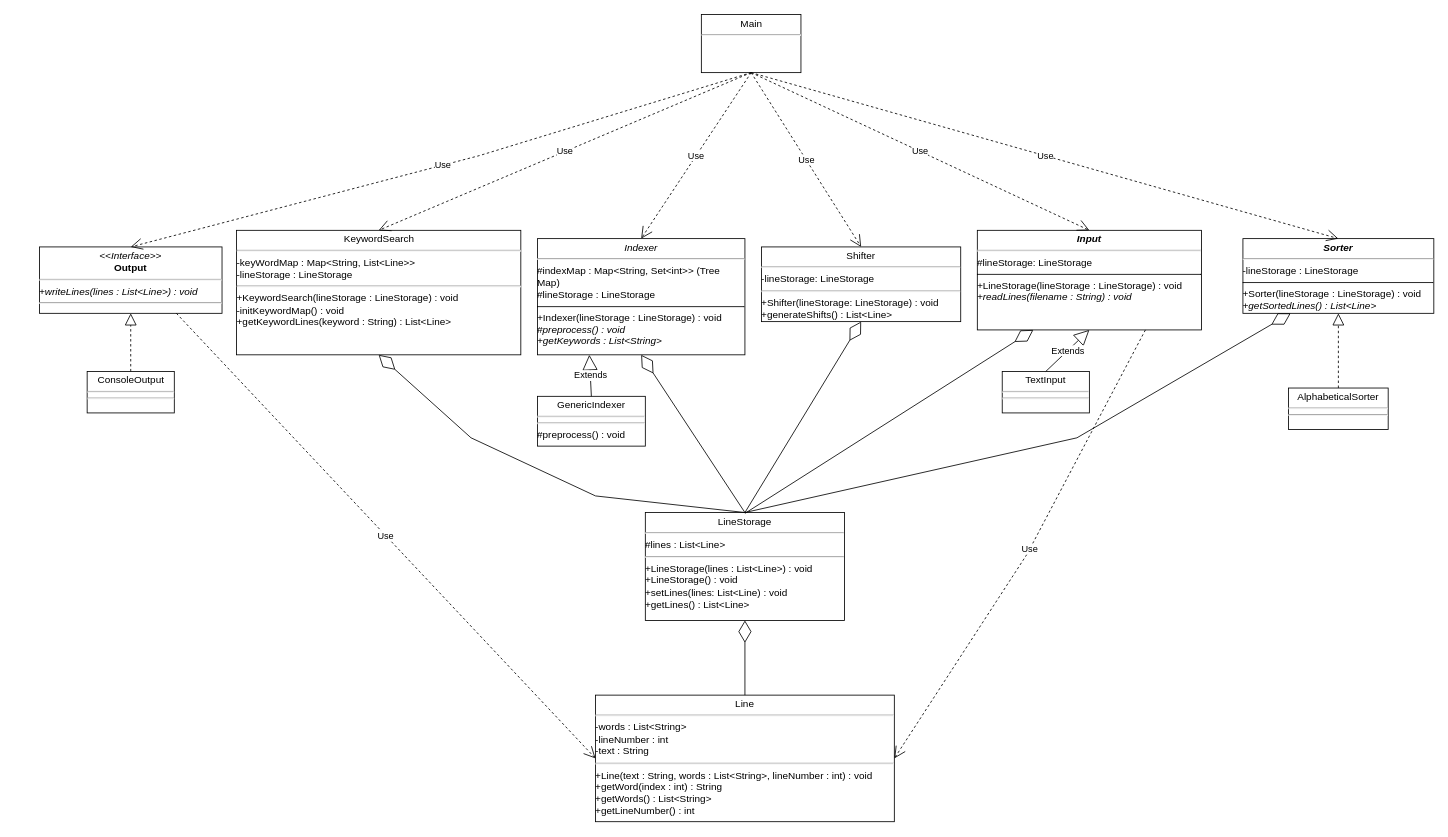
Earlier version of the draw.io diagram Homework/Homework 1/SE 311 Homework 1 UML.drawio (dragon5201111/Drexel-University-SE-311-Software-Architecture-II). Source tidied: cells renumbered, new cells numbered last; positions are measured from the earlier drawing's top-left corner, leaving out a move shared by most shapes. Both pictures are drawn from the tidied source at 83%, with x=0, y=0 at pixel (39, 14).
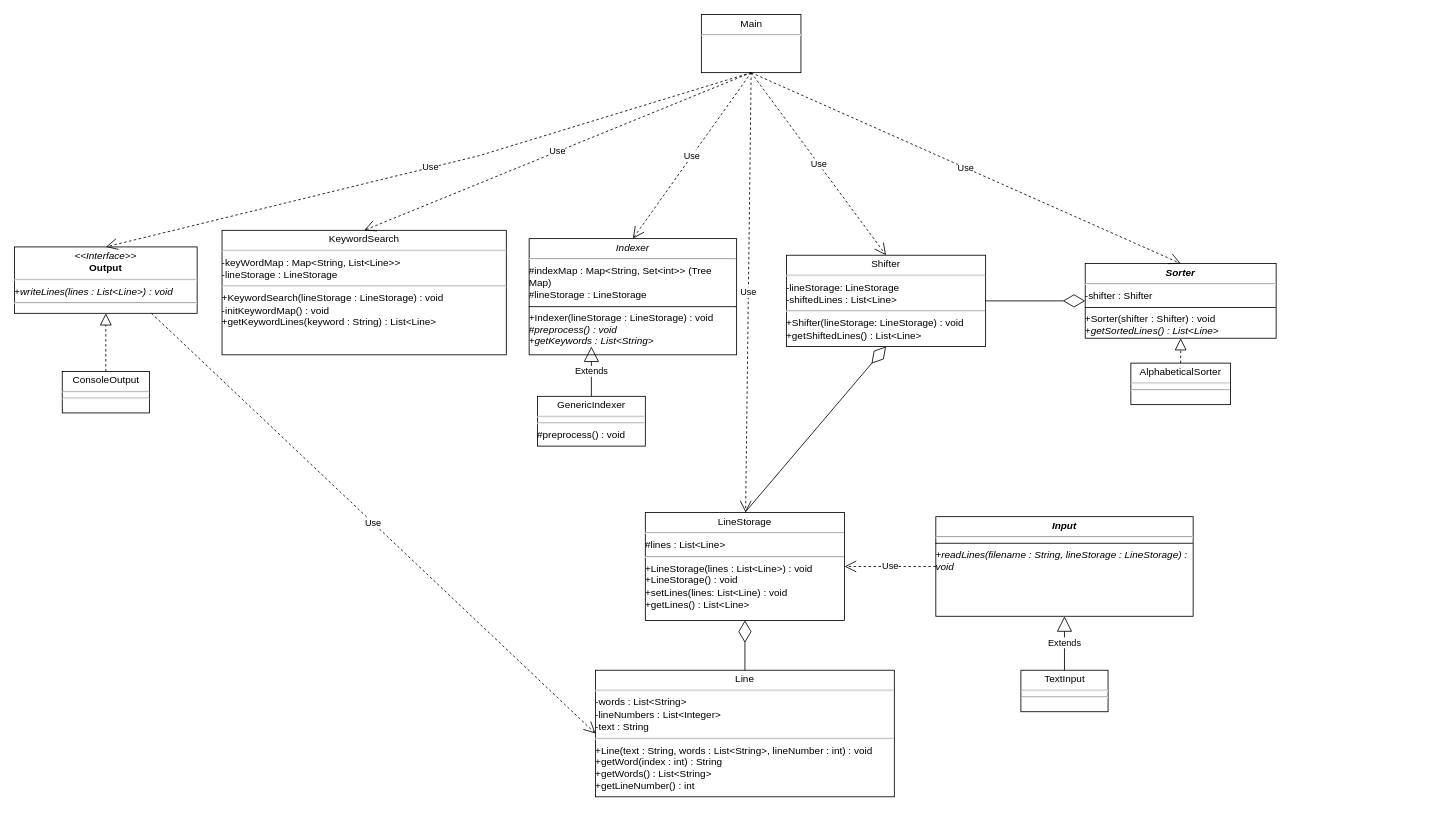
After the change.

Unchanged cells that the change refers to:
```xml
<mxCell id="11" value="&lt;p style=&quot;margin:0px;margin-top:4px;text-align:center;&quot;&gt;LineStorage&lt;/p&gt;&lt;hr&gt;#lines : List&amp;lt;Line&amp;gt;&lt;br&gt;&lt;hr&gt;+LineStorage(lines : List&amp;lt;Line&amp;gt;) : void&lt;div&gt;+LineStorage() : void&lt;br&gt;&lt;div&gt;+setLines(lines: List&amp;lt;Line) : void&lt;br&gt;&lt;div&gt;+getLines() : List&amp;lt;Line&amp;gt;&lt;/div&gt;&lt;/div&gt;&lt;/div&gt;" style="verticalAlign=top;align=left;overflow=fill;html=1;whiteSpace=wrap;" parent="1" vertex="1">
  <mxGeometry x="730" y="600" width="240" height="130" as="geometry" />
</mxCell>
<mxCell id="13" value="&lt;p style=&quot;margin:0px;margin-top:4px;text-align:center;&quot;&gt;Main&lt;/p&gt;&lt;hr&gt;" style="verticalAlign=top;align=left;overflow=fill;html=1;whiteSpace=wrap;" parent="1" vertex="1">
  <mxGeometry x="797.5" width="120" height="70" as="geometry" />
</mxCell>
<mxCell id="15" value="&lt;p style=&quot;margin:0px;margin-top:4px;text-align:center;&quot;&gt;GenericIndexer&lt;/p&gt;&lt;hr&gt;&lt;hr&gt;#preprocess() : void&lt;div&gt;&lt;br&gt;&lt;/div&gt;" style="verticalAlign=top;align=left;overflow=fill;html=1;whiteSpace=wrap;" parent="1" vertex="1">
  <mxGeometry x="600" y="460" width="130" height="60" as="geometry" />
</mxCell>
```

Change to the diagram source:
```diff
@@
-    <mxCell id="2" value="&lt;p style=&quot;margin:0px;margin-top:4px;text-align:center;&quot;&gt;&lt;b&gt;&lt;i&gt;Input&lt;/i&gt;&lt;/b&gt;&lt;/p&gt;&lt;hr&gt;#lineStorage: LineStorage&lt;br&gt;&lt;hr size=&quot;1&quot; style=&quot;border-style:solid;&quot;&gt;&lt;i&gt;+&lt;/i&gt;LineStorage(lineStorage : LineStorage) : void&lt;br&gt;&lt;div&gt;&lt;i&gt;+readLines(filename : String) : void&lt;/i&gt;&lt;div&gt;&lt;br&gt;&lt;/div&gt;&lt;/div&gt;" style="verticalAlign=top;align=left;overflow=fill;html=1;whiteSpace=wrap;" parent="1" vertex="1">
-      <mxGeometry x="1130" y="260" width="270" height="120" as="geometry" />
+    <mxCell id="2" value="&lt;p style=&quot;margin:0px;margin-top:4px;text-align:center;&quot;&gt;&lt;b&gt;&lt;i&gt;Input&lt;/i&gt;&lt;/b&gt;&lt;/p&gt;&lt;hr&gt;&lt;hr size=&quot;1&quot; style=&quot;border-style:solid;&quot;&gt;&lt;div&gt;&lt;i&gt;+readLines(filename : String, lineStorage : LineStorage) : void&lt;/i&gt;&lt;div&gt;&lt;br&gt;&lt;/div&gt;&lt;/div&gt;" style="verticalAlign=top;align=left;overflow=fill;html=1;whiteSpace=wrap;" parent="1" vertex="1">
+      <mxGeometry x="1080" y="605" width="310" height="120" as="geometry" />
     </mxCell>
     <mxCell id="3" value="&lt;p style=&quot;margin:0px;margin-top:4px;text-align:center;&quot;&gt;&lt;i&gt;&amp;lt;&amp;lt;Interface&amp;gt;&amp;gt;&lt;/i&gt;&lt;br&gt;&lt;b&gt;Output&lt;/b&gt;&lt;/p&gt;&lt;hr&gt;&lt;i&gt;+writeLines(lines : List&amp;lt;Line&amp;gt;) : void&lt;br&gt;&lt;/i&gt;&lt;hr&gt;&lt;div&gt;&lt;br&gt;&lt;/div&gt;" style="verticalAlign=top;align=left;overflow=fill;html=1;whiteSpace=wrap;" parent="1" vertex="1">
-      <mxGeometry y="280" width="220" height="80" as="geometry" />
+      <mxGeometry x="-30" y="280" width="220" height="80" as="geometry" />
     </mxCell>
     <mxCell id="4" value="&lt;p style=&quot;margin:0px;margin-top:4px;text-align:center;&quot;&gt;TextInput&lt;/p&gt;&lt;hr&gt;&lt;hr&gt;" style="verticalAlign=top;align=left;overflow=fill;html=1;whiteSpace=wrap;" parent="1" vertex="1">
-      <mxGeometry x="1160" y="430" width="105" height="50" as="geometry" />
+      <mxGeometry x="1182.5" y="790" width="105" height="50" as="geometry" />
     </mxCell>
     <mxCell id="5" value="&lt;p style=&quot;margin:0px;margin-top:4px;text-align:center;&quot;&gt;ConsoleOutput&lt;/p&gt;&lt;hr&gt;&lt;hr&gt;" style="verticalAlign=top;align=left;overflow=fill;html=1;whiteSpace=wrap;" parent="1" vertex="1">
-      <mxGeometry x="57.5" y="430" width="105" height="50" as="geometry" />
+      <mxGeometry x="27.5" y="430" width="105" height="50" as="geometry" />
     </mxCell>
-    <mxCell id="6" value="&lt;p style=&quot;margin:0px;margin-top:4px;text-align:center;&quot;&gt;&lt;b&gt;&lt;i&gt;Sorter&lt;/i&gt;&lt;/b&gt;&lt;/p&gt;&lt;hr&gt;-lineStorage : LineStorage&lt;br&gt;&lt;hr size=&quot;1&quot; style=&quot;border-style:solid;&quot;&gt;+Sorter(lineStorage : LineStorage) : void&lt;div&gt;&lt;i&gt;+getSortedLines() : List&amp;lt;Line&amp;gt;&lt;/i&gt;&lt;/div&gt;" style="verticalAlign=top;align=left;overflow=fill;html=1;whiteSpace=wrap;" parent="1" vertex="1">
-      <mxGeometry x="1450" y="270" width="230" height="90" as="geometry" />
+    <mxCell id="6" value="&lt;p style=&quot;margin:0px;margin-top:4px;text-align:center;&quot;&gt;&lt;b&gt;&lt;i&gt;Sorter&lt;/i&gt;&lt;/b&gt;&lt;/p&gt;&lt;hr&gt;-shifter : Shifter&lt;br&gt;&lt;hr size=&quot;1&quot; style=&quot;border-style:solid;&quot;&gt;+Sorter(shifter : Shifter) : void&lt;div&gt;&lt;i&gt;+getSortedLines() : List&amp;lt;Line&amp;gt;&lt;/i&gt;&lt;/div&gt;" style="verticalAlign=top;align=left;overflow=fill;html=1;whiteSpace=wrap;" parent="1" vertex="1">
+      <mxGeometry x="1260" y="300" width="230" height="90" as="geometry" />
     </mxCell>
     <mxCell id="7" value="&lt;p style=&quot;margin:0px;margin-top:4px;text-align:center;&quot;&gt;AlphabeticalSorter&lt;/p&gt;&lt;hr&gt;&lt;hr&gt;" style="verticalAlign=top;align=left;overflow=fill;html=1;whiteSpace=wrap;" parent="1" vertex="1">
-      <mxGeometry x="1505" y="450" width="120" height="50" as="geometry" />
+      <mxGeometry x="1315" y="420" width="120" height="50" as="geometry" />
     </mxCell>
@@
-    <mxCell id="9" value="&lt;p style=&quot;margin:0px;margin-top:4px;text-align:center;&quot;&gt;Shifter&lt;/p&gt;&lt;hr&gt;-lineStorage: LineStorage&lt;hr&gt;+Shifter(lineStorage: LineStorage) : void&lt;br&gt;&lt;div&gt;+generateShifts() : List&amp;lt;Line&amp;gt;&lt;/div&gt;" style="verticalAlign=top;align=left;overflow=fill;html=1;whiteSpace=wrap;" parent="1" vertex="1">
-      <mxGeometry x="870" y="280" width="240" height="90" as="geometry" />
+    <mxCell id="9" value="&lt;p style=&quot;margin:0px;margin-top:4px;text-align:center;&quot;&gt;Shifter&lt;/p&gt;&lt;hr&gt;-lineStorage: LineStorage&lt;div&gt;-shiftedLines : List&amp;lt;Line&amp;gt;&lt;br&gt;&lt;hr&gt;+Shifter(lineStorage: LineStorage) : void&lt;br&gt;&lt;div&gt;+getShiftedLines() : List&amp;lt;Line&amp;gt;&lt;/div&gt;&lt;/div&gt;" style="verticalAlign=top;align=left;overflow=fill;html=1;whiteSpace=wrap;" parent="1" vertex="1">
+      <mxGeometry x="900" y="290" width="240" height="110" as="geometry" />
     </mxCell>
     <mxCell id="10" value="&lt;p style=&quot;margin:0px;margin-top:4px;text-align:center;&quot;&gt;KeywordSearch&lt;/p&gt;&lt;hr&gt;-keyWordMap : Map&amp;lt;String, List&amp;lt;Line&amp;gt;&amp;gt;&lt;div&gt;&lt;span style=&quot;background-color: transparent; color: light-dark(rgb(0, 0, 0), rgb(255, 255, 255));&quot;&gt;-lineStorage : LineStorage&lt;/span&gt;&lt;/div&gt;&lt;div&gt;&lt;hr&gt;+KeywordSearch(lineStorage : LineStorage) : void&lt;/div&gt;&lt;div&gt;-initKeywordMap() : void&lt;/div&gt;&lt;div&gt;+getKeywordLines(keyword : String) : List&amp;lt;Line&amp;gt;&lt;/div&gt;" style="verticalAlign=top;align=left;overflow=fill;html=1;whiteSpace=wrap;" parent="1" vertex="1">
-      <mxGeometry x="237.5" y="260" width="342.5" height="150" as="geometry" />
+      <mxGeometry x="220" y="260" width="342.5" height="150" as="geometry" />
     </mxCell>
@@
     <mxCell id="14" value="&lt;p style=&quot;margin:0px;margin-top:4px;text-align:center;&quot;&gt;&lt;i style=&quot;&quot;&gt;Indexer&lt;/i&gt;&lt;/p&gt;&lt;hr&gt;#indexMap : Map&amp;lt;String, Set&amp;lt;int&amp;gt;&amp;gt; (Tree Map)&lt;div&gt;#lineStorage : LineStorage&lt;br&gt;&lt;hr size=&quot;1&quot; style=&quot;border-style:solid;&quot;&gt;&lt;i&gt;+&lt;/i&gt;Indexer(lineStorage : LineStorage) : void&lt;/div&gt;&lt;div&gt;&lt;i&gt;#preprocess() : void&lt;/i&gt;&lt;/div&gt;&lt;div&gt;&lt;i&gt;+getKeywords : List&amp;lt;String&amp;gt;&lt;/i&gt;&lt;/div&gt;" style="verticalAlign=top;align=left;overflow=fill;html=1;whiteSpace=wrap;" parent="1" vertex="1">
-      <mxGeometry x="600" y="270" width="250" height="140" as="geometry" />
+      <mxGeometry x="590" y="270" width="250" height="140" as="geometry" />
     </mxCell>
@@
-    <mxCell id="16" value="Extends" style="endArrow=block;endSize=16;endFill=0;html=1;rounded=0;exitX=0.5;exitY=0;exitDx=0;exitDy=0;entryX=0.25;entryY=1;entryDx=0;entryDy=0;" parent="1" edge="1" source="15" target="14">
-      <mxGeometry relative="1" as="geometry" />
+    <mxCell id="16" value="Extends" style="endArrow=block;endSize=16;endFill=0;html=1;rounded=0;exitX=0.5;exitY=0;exitDx=0;exitDy=0;" parent="1" edge="1" source="15">
+      <mxGeometry relative="1" as="geometry">
+        <mxPoint x="665" y="400" as="targetPoint" />
+      </mxGeometry>
     </mxCell>
-    <mxCell id="17" value="&lt;p style=&quot;margin:0px;margin-top:4px;text-align:center;&quot;&gt;Line&lt;/p&gt;&lt;hr&gt;-words : List&amp;lt;String&amp;gt;&lt;div&gt;-lineNumber : int&lt;/div&gt;&lt;div&gt;-text : String&lt;/div&gt;&lt;div&gt;&lt;div&gt;&lt;hr&gt;+Line(text : String, words : List&amp;lt;String&amp;gt;, lineNumber : int) : void&lt;/div&gt;&lt;/div&gt;&lt;div&gt;+getWord(index : int) : String&lt;/div&gt;&lt;div&gt;+getWords() : List&amp;lt;String&amp;gt;&lt;/div&gt;&lt;div&gt;+getLineNumber() : int&lt;/div&gt;" style="verticalAlign=top;align=left;overflow=fill;html=1;whiteSpace=wrap;" parent="1" vertex="1">
-      <mxGeometry x="670" y="820" width="360" height="152.5" as="geometry" />
+    <mxCell id="17" value="&lt;p style=&quot;margin:0px;margin-top:4px;text-align:center;&quot;&gt;Line&lt;/p&gt;&lt;hr&gt;-words : List&amp;lt;String&amp;gt;&lt;div&gt;-lineNumbers : List&amp;lt;Integer&amp;gt;&lt;/div&gt;&lt;div&gt;-text : String&lt;/div&gt;&lt;div&gt;&lt;div&gt;&lt;hr&gt;+Line(text : String, words : List&amp;lt;String&amp;gt;, lineNumber : int) : void&lt;/div&gt;&lt;/div&gt;&lt;div&gt;+getWord(index : int) : String&lt;/div&gt;&lt;div&gt;+getWords() : List&amp;lt;String&amp;gt;&lt;/div&gt;&lt;div&gt;+getLineNumber() : int&lt;/div&gt;" style="verticalAlign=top;align=left;overflow=fill;html=1;whiteSpace=wrap;" parent="1" vertex="1">
+      <mxGeometry x="670" y="790" width="360" height="152.5" as="geometry" />
     </mxCell>
@@
-    <mxCell id="20" style="endArrow=diamondThin;endFill=0;endSize=24;html=1;rounded=0;exitX=0.5;exitY=0;exitDx=0;exitDy=0;entryX=0.5;entryY=1;entryDx=0;entryDy=0;" parent="1" edge="1" source="11" target="9">
-      <mxGeometry relative="1" as="geometry" />
-    </mxCell>
-    <mxCell id="21" style="endArrow=diamondThin;endFill=0;endSize=24;html=1;rounded=0;entryX=0.25;entryY=1;entryDx=0;entryDy=0;" parent="1" edge="1" target="2">
-      <mxGeometry relative="1" as="geometry">
-        <mxPoint x="850" y="601" as="sourcePoint" />
-      </mxGeometry>
-    </mxCell>
-    <mxCell id="22" style="endArrow=diamondThin;endFill=0;endSize=24;html=1;rounded=0;entryX=0.5;entryY=1;entryDx=0;entryDy=0;exitX=0.5;exitY=0;exitDx=0;exitDy=0;" parent="1" edge="1" source="11" target="10">
-      <mxGeometry relative="1" as="geometry">
-        <Array as="points">
-          <mxPoint x="670" y="580" />
-          <mxPoint x="520" y="510" />
-        </Array>
-      </mxGeometry>
-    </mxCell>
-    <mxCell id="23" style="endArrow=diamondThin;endFill=0;endSize=24;html=1;rounded=0;entryX=0.5;entryY=1;entryDx=0;entryDy=0;exitX=0.5;exitY=0;exitDx=0;exitDy=0;" parent="1" edge="1" source="11" target="14">
-      <mxGeometry relative="1" as="geometry" />
-    </mxCell>
@@
-    <mxCell id="28" value="Use" style="endArrow=open;endSize=12;dashed=1;html=1;rounded=0;exitX=0.5;exitY=1;exitDx=0;exitDy=0;entryX=0.5;entryY=0;entryDx=0;entryDy=0;" parent="1" edge="1" source="13" target="2">
-      <mxGeometry relative="1" as="geometry" />
-    </mxCell>
@@
-    <mxCell id="30" style="endArrow=diamondThin;endFill=0;endSize=24;html=1;rounded=0;exitX=0.5;exitY=0;exitDx=0;exitDy=0;entryX=0.25;entryY=1;entryDx=0;entryDy=0;" parent="1" edge="1" source="11" target="6">
-      <mxGeometry relative="1" as="geometry">
-        <Array as="points">
-          <mxPoint x="1250" y="510" />
-        </Array>
-      </mxGeometry>
-    </mxCell>
@@
-    <mxCell id="32" value="Use" style="endArrow=open;endSize=12;dashed=1;html=1;rounded=0;exitX=0.75;exitY=1;exitDx=0;exitDy=0;entryX=1;entryY=0.5;entryDx=0;entryDy=0;" parent="1" edge="1" source="2" target="17">
-      <mxGeometry relative="1" as="geometry">
-        <Array as="points">
-          <mxPoint x="1190" y="650" />
-        </Array>
-      </mxGeometry>
-    </mxCell>
+    <mxCell id="20" style="endArrow=diamondThin;endFill=0;endSize=24;html=1;rounded=0;exitX=0.5;exitY=0;exitDx=0;exitDy=0;entryX=0.5;entryY=1;entryDx=0;entryDy=0;" parent="1" edge="1" source="11" target="9">
+      <mxGeometry relative="1" as="geometry" />
+    </mxCell>
+    <mxCell id="33" style="endArrow=diamondThin;endFill=0;endSize=24;html=1;rounded=0;exitX=1;exitY=0.5;exitDx=0;exitDy=0;entryX=0;entryY=0.5;entryDx=0;entryDy=0;" parent="1" edge="1" source="9" target="6">
+      <mxGeometry relative="1" as="geometry" />
+    </mxCell>
+    <mxCell id="34" value="Use" style="endArrow=open;endSize=12;dashed=1;html=1;rounded=0;exitX=0;exitY=0.5;exitDx=0;exitDy=0;entryX=1;entryY=0.5;entryDx=0;entryDy=0;" parent="1" edge="1" source="2" target="11">
+      <mxGeometry relative="1" as="geometry" />
+    </mxCell>
+    <mxCell id="35" value="Use" style="endArrow=open;endSize=12;dashed=1;html=1;rounded=0;exitX=0.5;exitY=1;exitDx=0;exitDy=0;" parent="1" edge="1" source="13" target="11">
+      <mxGeometry relative="1" as="geometry" />
+    </mxCell>
```
